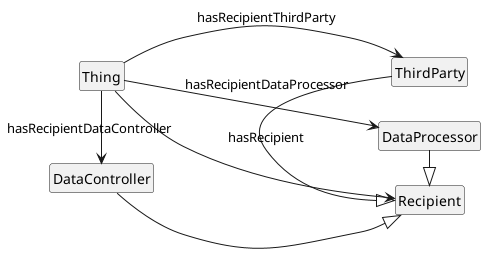
The PlantUML diagram media/overview_Recipient.png in jeswr/dpv, before a commit.
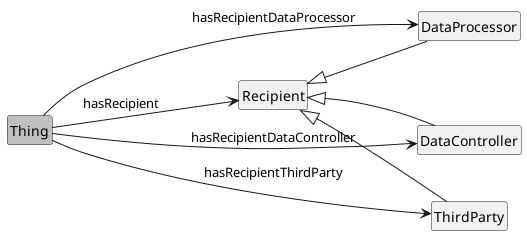
The same file after the commit.

What changed in the source:
```diff
@@ -2,22 +2,20 @@
 !include style.plantuml
 left to right direction
 
-class Thing
+class Thing #silver
 class DataProcessor
 class DataController
 class ThirdParty
 class Recipient
 
-DataController -[hidden]- DataProcessor
-DataController -[hidden]- ThirdParty
+Recipient <|-- ThirdParty
+Recipient <|-- DataController
+Recipient <|-- DataProcessor
 
-DataController -|> Recipient
-DataProcessor -|> Recipient
-ThirdParty -|> Recipient
+Thing --> Recipient : hasRecipient
+Thing --> DataController: hasRecipientDataController
+Thing --> DataProcessor: hasRecipientDataProcessor
+Thing --> ThirdParty : hasRecipientThirdParty
 
-Thing -> Recipient : hasRecipient
-Thing -> DataController: hasRecipientDataController
-Thing -> DataProcessor: hasRecipientDataProcessor
-Thing -> ThirdParty : hasRecipientThirdParty
 
 @enduml
```
